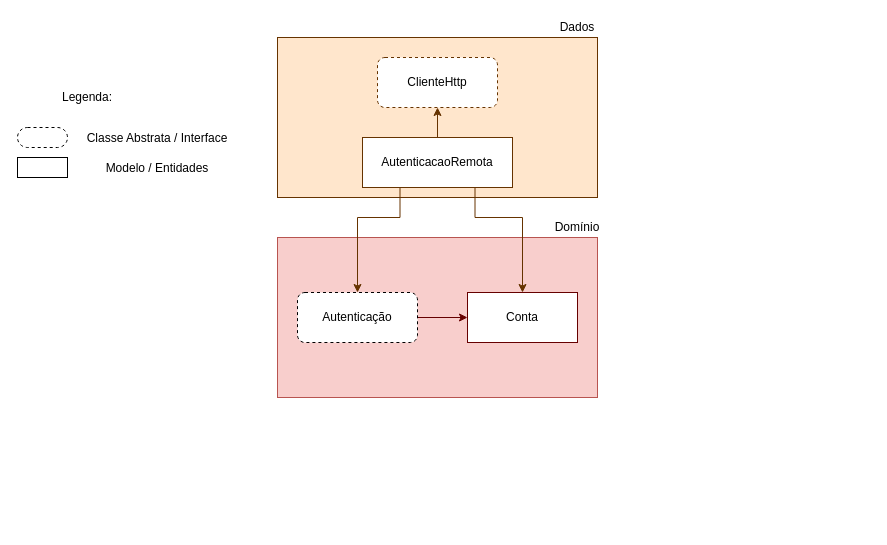
Before: requisitos/Questionario - Flutter.drawio in brunopenha/questionario_flutter, a draw.io diagram. Source tidied: cells renumbered, new cells numbered last; positions are measured from the earlier drawing's top-left corner, leaving out a move shared by most shapes. Both pictures are drawn from the tidied source at 100%, with x=0, y=0 at pixel (17, 17).
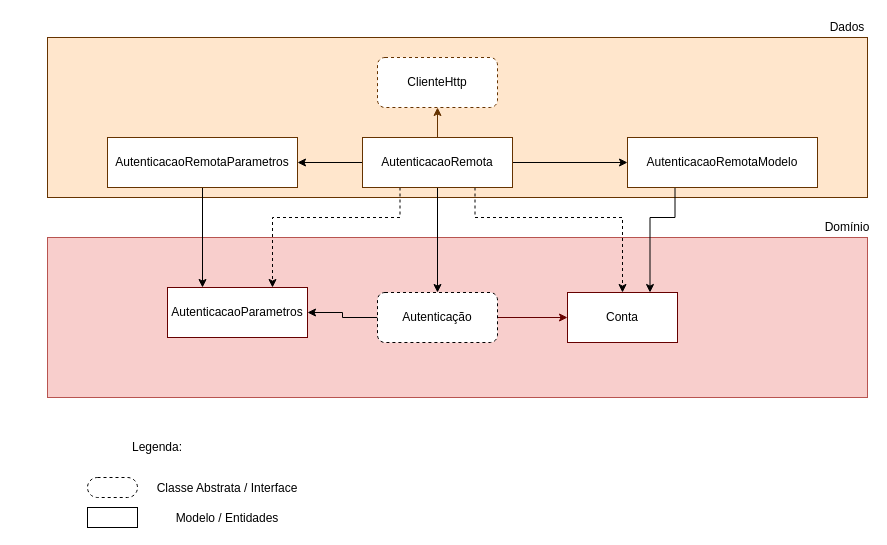
The same diagram, later.

Commit message (it also covers changes not shown here):
AutenticacaoRemota implementa Autenticacao

The change refers to these unchanged cells:
```xml
<mxCell id="17" value="AutenticacaoRemota" style="rounded=0;whiteSpace=wrap;html=1;strokeColor=#663300;" parent="1" vertex="1">
  <mxGeometry x="345" y="120" width="150" height="50" as="geometry" />
</mxCell>
<mxCell id="18" style="rounded=1;whiteSpace=wrap;html=1;strokeColor=#663300;dashed=1;fillColor=#FFFFFF;" parent="1" vertex="1">
  <mxGeometry x="360" y="40" width="120" height="50" as="geometry" />
</mxCell>
```

Diff of the diagram source:
```diff
@@
     <mxCell id="2" style="rounded=0;whiteSpace=wrap;html=1;fillColor=#f8cecc;strokeColor=#b85450;" parent="1" vertex="1">
-      <mxGeometry x="260" y="220" width="320" height="160" as="geometry" />
+      <mxGeometry x="30" y="220" width="820" height="160" as="geometry" />
     </mxCell>
@@
+    <mxCell id="20" style="edgeStyle=orthogonalEdgeStyle;rounded=0;jettySize=auto;html=1;" parent="1" edge="1" source="4" target="29">
+      <mxGeometry relative="1" as="geometry" />
+    </mxCell>
     <mxCell id="4" value="Autenticação" style="rounded=1;whiteSpace=wrap;html=1;dashed=1;" parent="1" vertex="1">
-      <mxGeometry x="280" y="275" width="120" height="50" as="geometry" />
+      <mxGeometry x="360" y="275" width="120" height="50" as="geometry" />
     </mxCell>
     <mxCell id="5" value="Domínio" style="text;html=1;strokeColor=none;fillColor=none;align=center;verticalAlign=middle;whiteSpace=wrap;rounded=0;" parent="1" vertex="1">
-      <mxGeometry x="540" y="200" width="40" height="20" as="geometry" />
+      <mxGeometry x="810" y="200" width="40" height="20" as="geometry" />
     </mxCell>
     <mxCell id="6" value="Classe Abstrata / Interface" style="text;html=1;strokeColor=none;fillColor=none;align=center;verticalAlign=middle;whiteSpace=wrap;rounded=0;" parent="1" vertex="1">
-      <mxGeometry x="50" y="120" width="180" as="geometry" />
+      <mxGeometry x="120" y="470" width="180" as="geometry" />
     </mxCell>
     <mxCell id="7" value="Legenda:" style="text;html=1;strokeColor=none;fillColor=none;align=center;verticalAlign=middle;whiteSpace=wrap;rounded=0;" parent="1" vertex="1">
-      <mxGeometry x="50" y="70" width="40" height="20" as="geometry" />
+      <mxGeometry x="120" y="420" width="40" height="20" as="geometry" />
     </mxCell>
     <mxCell id="8" style="rounded=1;whiteSpace=wrap;html=1;dashed=1;arcSize=50;" parent="1" vertex="1">
-      <mxGeometry y="110" width="50" height="20" as="geometry" />
+      <mxGeometry x="70" y="460" width="50" height="20" as="geometry" />
     </mxCell>
     <mxCell id="9" value="Conta" style="rounded=0;whiteSpace=wrap;html=1;strokeColor=#660000;" parent="1" vertex="1">
-      <mxGeometry x="450" y="275" width="110" height="50" as="geometry" />
+      <mxGeometry x="550" y="275" width="110" height="50" as="geometry" />
     </mxCell>
     <mxCell id="10" style="rounded=0;whiteSpace=wrap;html=1;arcSize=50;" parent="1" vertex="1">
-      <mxGeometry y="140" width="50" height="20" as="geometry" />
+      <mxGeometry x="70" y="490" width="50" height="20" as="geometry" />
     </mxCell>
     <mxCell id="11" value="Modelo / Entidades" style="text;html=1;strokeColor=none;fillColor=none;align=center;verticalAlign=middle;whiteSpace=wrap;rounded=0;" parent="1" vertex="1">
-      <mxGeometry x="50" y="150" width="180" as="geometry" />
+      <mxGeometry x="120" y="500" width="180" as="geometry" />
     </mxCell>
     <mxCell id="12" style="rounded=0;whiteSpace=wrap;html=1;fillColor=#FFE6CC;strokeColor=#663300;" parent="1" vertex="1">
-      <mxGeometry x="260" y="20" width="320" height="160" as="geometry" />
+      <mxGeometry x="30" y="20" width="820" height="160" as="geometry" />
     </mxCell>
     <mxCell id="13" value="Dados" style="text;html=1;strokeColor=none;fillColor=none;align=center;verticalAlign=middle;whiteSpace=wrap;rounded=0;" parent="1" vertex="1">
-      <mxGeometry x="540" width="40" height="20" as="geometry" />
+      <mxGeometry x="810" width="40" height="20" as="geometry" />
     </mxCell>
+    <mxCell id="16" style="edgeStyle=orthogonalEdgeStyle;rounded=0;jettySize=auto;html=1;exitX=0.5;exitY=0;exitDx=0;exitDy=0;entryX=0.5;entryY=1;entryDx=0;entryDy=0;strokeColor=#663300;" parent="1" edge="1" source="17" target="18">
+      <mxGeometry relative="1" as="geometry" />
+    </mxCell>
+    <mxCell id="21" style="edgeStyle=orthogonalEdgeStyle;rounded=0;jettySize=auto;html=1;" parent="1" edge="1" source="17" target="26">
+      <mxGeometry relative="1" as="geometry" />
+    </mxCell>
+    <mxCell id="22" style="edgeStyle=orthogonalEdgeStyle;rounded=0;jettySize=auto;html=1;" parent="1" edge="1" source="17" target="28">
+      <mxGeometry relative="1" as="geometry" />
+    </mxCell>
-    <mxCell id="14" style="edgeStyle=orthogonalEdgeStyle;rounded=0;jettySize=auto;html=1;strokeColor=#663300;exitX=0.25;exitY=1;exitDx=0;exitDy=0;" parent="1" edge="1" source="17" target="4">
-      <mxGeometry relative="1" as="geometry">
-        <Array as="points">
-          <mxPoint x="383" y="200" />
-          <mxPoint x="340" y="200" />
-        </Array>
-      </mxGeometry>
+    <mxCell id="14" style="edgeStyle=orthogonalEdgeStyle;rounded=0;jettySize=auto;html=1;exitX=0.5;exitY=1;exitDx=0;exitDy=0;" parent="1" edge="1" source="17" target="4">
+      <mxGeometry relative="1" as="geometry" />
     </mxCell>
-    <mxCell id="15" style="edgeStyle=orthogonalEdgeStyle;rounded=0;jettySize=auto;html=1;exitX=0.75;exitY=1;exitDx=0;exitDy=0;strokeColor=#663300;" parent="1" edge="1" source="17" target="9">
+    <mxCell id="15" style="edgeStyle=orthogonalEdgeStyle;rounded=0;jettySize=auto;html=1;exitX=0.75;exitY=1;exitDx=0;exitDy=0;entryX=0.5;entryY=0;entryDx=0;entryDy=0;dashed=1;" parent="1" edge="1" source="17" target="9">
       <mxGeometry relative="1" as="geometry">
         <Array as="points">
           <mxPoint x="458" y="200" />
-          <mxPoint x="505" y="200" />
+          <mxPoint x="605" y="200" />
         </Array>
       </mxGeometry>
     </mxCell>
-    <mxCell id="16" style="edgeStyle=orthogonalEdgeStyle;rounded=0;jettySize=auto;html=1;exitX=0.5;exitY=0;exitDx=0;exitDy=0;entryX=0.5;entryY=1;entryDx=0;entryDy=0;strokeColor=#663300;" parent="1" edge="1" source="17" target="18">
-      <mxGeometry relative="1" as="geometry" />
-    </mxCell>
+    <mxCell id="23" value="&lt;br&gt;" style="edgeLabel;html=1;align=center;verticalAlign=middle;" parent="15" vertex="1">
+      <mxGeometry x="0.04" y="3" relative="1" as="geometry" />
+    </mxCell>
+    <mxCell id="24" style="edgeStyle=orthogonalEdgeStyle;rounded=0;jettySize=auto;html=1;exitX=0.25;exitY=1;exitDx=0;exitDy=0;entryX=0.75;entryY=0;entryDx=0;entryDy=0;dashed=1;" parent="1" edge="1" source="17" target="29">
+      <mxGeometry relative="1" as="geometry">
+        <Array as="points">
+          <mxPoint x="383" y="200" />
+          <mxPoint x="255" y="200" />
+        </Array>
+      </mxGeometry>
+    </mxCell>
@@
+    <mxCell id="25" style="edgeStyle=orthogonalEdgeStyle;rounded=0;jettySize=auto;html=1;exitX=0.5;exitY=1;exitDx=0;exitDy=0;entryX=0.25;entryY=0;entryDx=0;entryDy=0;" parent="1" edge="1" source="26" target="29">
+      <mxGeometry relative="1" as="geometry" />
+    </mxCell>
+    <mxCell id="26" value="AutenticacaoRemotaParametros" style="rounded=0;whiteSpace=wrap;html=1;strokeColor=#663300;" parent="1" vertex="1">
+      <mxGeometry x="90" y="120" width="190" height="50" as="geometry" />
+    </mxCell>
+    <mxCell id="27" style="edgeStyle=orthogonalEdgeStyle;rounded=0;jettySize=auto;html=1;exitX=0.25;exitY=1;exitDx=0;exitDy=0;entryX=0.75;entryY=0;entryDx=0;entryDy=0;" parent="1" edge="1" source="28" target="9">
+      <mxGeometry relative="1" as="geometry">
+        <Array as="points">
+          <mxPoint x="658" y="200" />
+          <mxPoint x="633" y="200" />
+        </Array>
+      </mxGeometry>
+    </mxCell>
+    <mxCell id="28" value="AutenticacaoRemotaModelo" style="rounded=0;whiteSpace=wrap;html=1;strokeColor=#663300;" parent="1" vertex="1">
+      <mxGeometry x="610" y="120" width="190" height="50" as="geometry" />
+    </mxCell>
+    <mxCell id="29" value="AutenticacaoParametros" style="rounded=0;whiteSpace=wrap;html=1;strokeColor=#660000;" parent="1" vertex="1">
+      <mxGeometry x="150" y="270" width="140" height="50" as="geometry" />
+    </mxCell>
```
